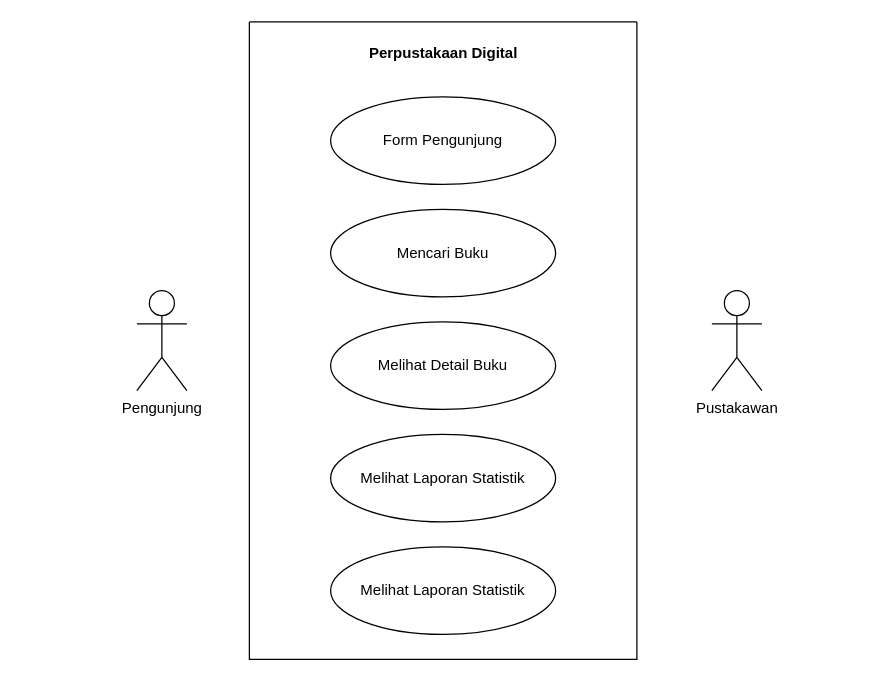
This is Use-CasePD.drawio from sastafelishaa/tefa-perpusdigital, a draw.io file, before an edit. Source tidied: cells renumbered, new cells numbered last; positions are measured from the earlier drawing's top-left corner, leaving out a move shared by most shapes. Both pictures are drawn from the tidied source at 125%, with x=0, y=0 at pixel (136, 21).
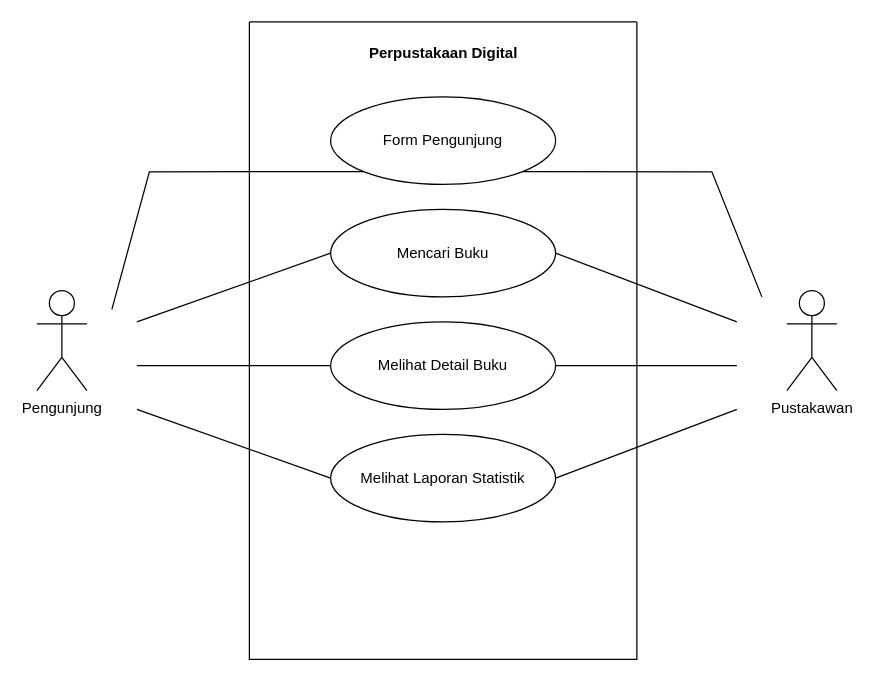
Above is the later version.

Unchanged cells that the change refers to:
```xml
<mxCell id="4" style="swimlane;startSize=0;" parent="1" vertex="1">
  <mxGeometry x="90" width="310" height="510" as="geometry" />
</mxCell>
<mxCell id="6" value="Form Pengunjung" style="ellipse;whiteSpace=wrap;html=1;" parent="4" vertex="1">
  <mxGeometry x="65" y="60" width="180" height="70" as="geometry" />
</mxCell>
<mxCell id="7" value="Mencari Buku" style="ellipse;whiteSpace=wrap;html=1;" parent="4" vertex="1">
  <mxGeometry x="65" y="150" width="180" height="70" as="geometry" />
</mxCell>
<mxCell id="8" value="Melihat Detail Buku" style="ellipse;whiteSpace=wrap;html=1;" parent="4" vertex="1">
  <mxGeometry x="65" y="240" width="180" height="70" as="geometry" />
</mxCell>
<mxCell id="9" value="Melihat Laporan Statistik" style="ellipse;whiteSpace=wrap;html=1;" parent="4" vertex="1">
  <mxGeometry x="65" y="330" width="180" height="70" as="geometry" />
</mxCell>
```

What changed in the source:
```diff
@@
     <mxCell id="2" value="Pengunjung" style="shape=umlActor;verticalLabelPosition=bottom;verticalAlign=top;html=1;" parent="1" vertex="1">
-      <mxGeometry y="215" width="40" height="80" as="geometry" />
+      <mxGeometry x="-80" y="215" width="40" height="80" as="geometry" />
     </mxCell>
     <mxCell id="3" value="Pustakawan" style="shape=umlActor;verticalLabelPosition=bottom;verticalAlign=top;html=1;" parent="1" vertex="1">
-      <mxGeometry x="460" y="215" width="40" height="80" as="geometry" />
+      <mxGeometry x="520" y="215" width="40" height="80" as="geometry" />
     </mxCell>
@@
-    <mxCell id="10" value="Melihat Laporan Statistik" style="ellipse;whiteSpace=wrap;html=1;" parent="4" vertex="1">
-      <mxGeometry x="65" y="420" width="180" height="70" as="geometry" />
-    </mxCell>
+    <mxCell id="11" style="endArrow=none;html=1;rounded=0;entryX=0;entryY=0.5;entryDx=0;entryDy=0;" parent="4" edge="1" target="8">
+      <mxGeometry relative="1" as="geometry">
+        <mxPoint x="-90" y="275" as="sourcePoint" />
+      </mxGeometry>
+    </mxCell>
+    <mxCell id="12" style="endArrow=none;html=1;rounded=0;entryX=0;entryY=1;entryDx=0;entryDy=0;" parent="1" edge="1" target="6">
+      <mxGeometry relative="1" as="geometry">
+        <mxPoint x="-20" y="230" as="sourcePoint" />
+        <Array as="points">
+          <mxPoint x="10" y="120" />
+        </Array>
+      </mxGeometry>
+    </mxCell>
+    <mxCell id="13" style="endArrow=none;html=1;rounded=0;entryX=0;entryY=0.5;entryDx=0;entryDy=0;" parent="1" edge="1" target="7">
+      <mxGeometry relative="1" as="geometry">
+        <mxPoint y="240" as="sourcePoint" />
+      </mxGeometry>
+    </mxCell>
+    <mxCell id="14" style="endArrow=none;html=1;rounded=0;entryX=0;entryY=0.5;entryDx=0;entryDy=0;" parent="1" edge="1" target="9">
+      <mxGeometry relative="1" as="geometry">
+        <mxPoint y="310" as="sourcePoint" />
+      </mxGeometry>
+    </mxCell>
+    <mxCell id="15" style="endArrow=none;html=1;rounded=0;exitX=1;exitY=1;exitDx=0;exitDy=0;" parent="1" edge="1" source="6">
+      <mxGeometry relative="1" as="geometry">
+        <mxPoint x="500" y="220" as="targetPoint" />
+        <Array as="points">
+          <mxPoint x="460" y="120" />
+        </Array>
+      </mxGeometry>
+    </mxCell>
+    <mxCell id="16" style="endArrow=none;html=1;rounded=0;exitX=1;exitY=0.5;exitDx=0;exitDy=0;" parent="1" edge="1" source="7">
+      <mxGeometry relative="1" as="geometry">
+        <mxPoint x="480" y="240" as="targetPoint" />
+      </mxGeometry>
+    </mxCell>
+    <mxCell id="17" style="endArrow=none;html=1;rounded=0;exitX=1;exitY=0.5;exitDx=0;exitDy=0;" parent="1" edge="1" source="8">
+      <mxGeometry relative="1" as="geometry">
+        <mxPoint x="480" y="275" as="targetPoint" />
+      </mxGeometry>
+    </mxCell>
+    <mxCell id="18" style="endArrow=none;html=1;rounded=0;exitX=1;exitY=0.5;exitDx=0;exitDy=0;" parent="1" edge="1" source="9">
+      <mxGeometry relative="1" as="geometry">
+        <mxPoint x="480" y="310" as="targetPoint" />
+      </mxGeometry>
+    </mxCell>
```
